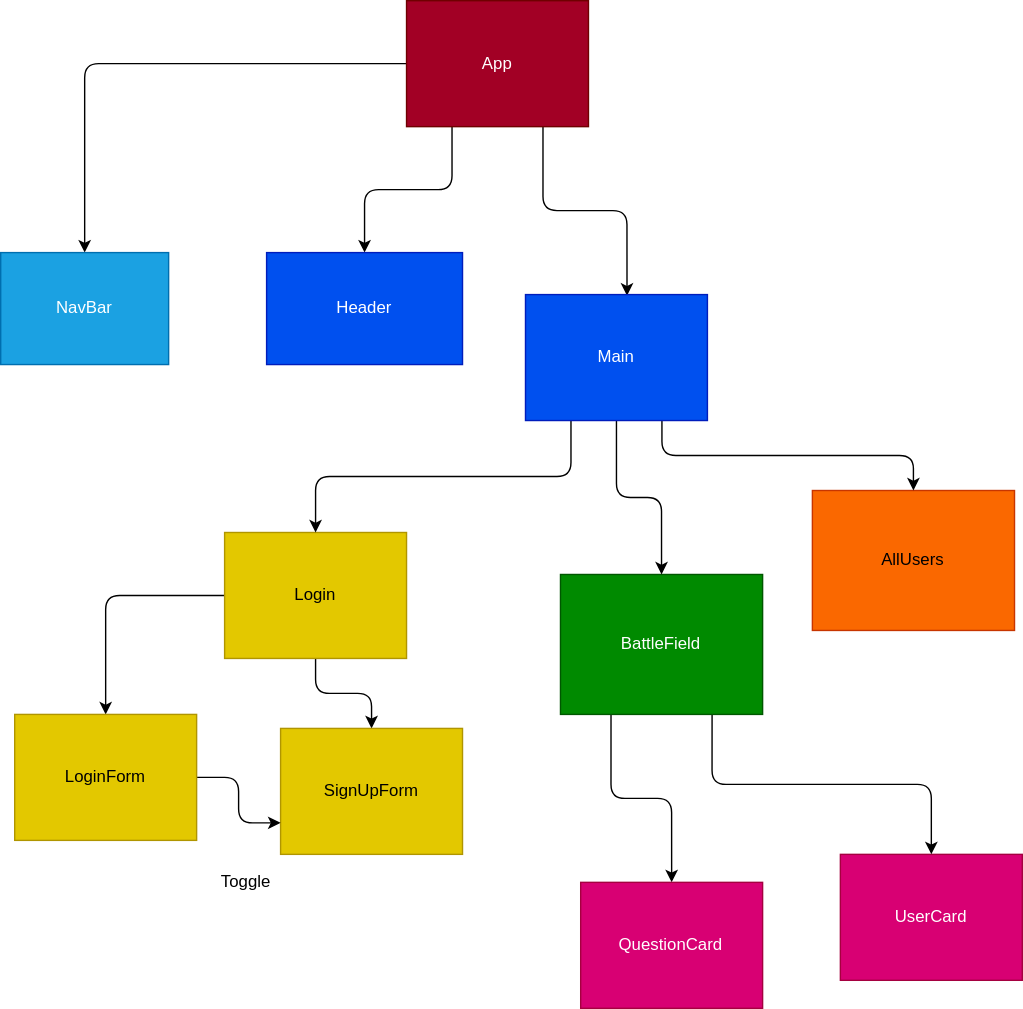
This is components.drawio.svg from jng34/battle-on-rails, a draw.io export, as it was before one commit. Source tidied: cells renumbered, new cells last; positions are measured from the earlier drawing's top-left corner, leaving out a move shared by most shapes.
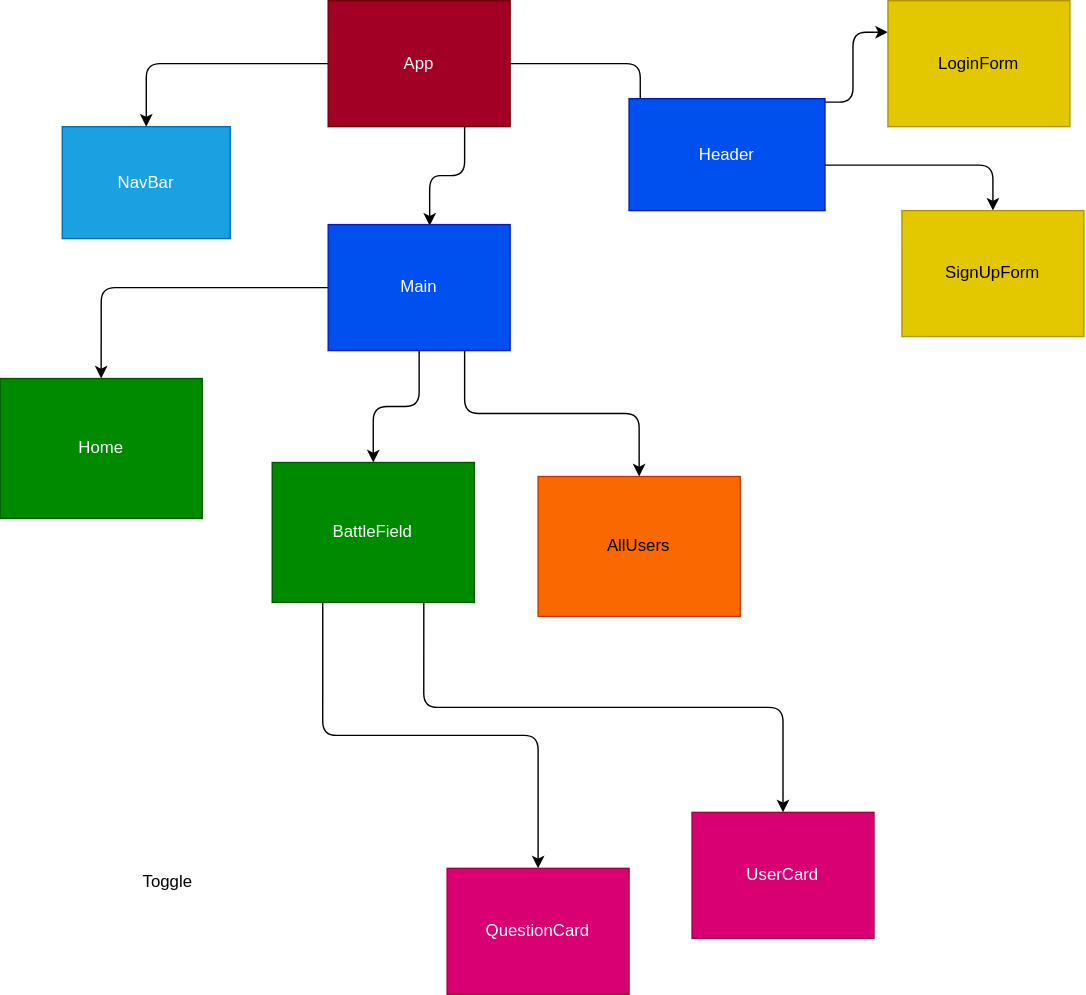
After the commit.

Commit message:
fixed routing logic on login/signup, render UserProfile comp

Diff of the diagram source:
```diff
@@ -2,33 +2,36 @@
   <root>
     <mxCell id="0" />
     <mxCell id="1" parent="0" />
-    <mxCell id="2" style="edgeStyle=orthogonalEdgeStyle;html=1;exitX=0.25;exitY=1;exitDx=0;exitDy=0;entryX=0.5;entryY=0;entryDx=0;entryDy=0;" parent="1" edge="1" source="5" target="16">
-      <mxGeometry relative="1" as="geometry" />
-    </mxCell>
     <mxCell id="3" style="edgeStyle=orthogonalEdgeStyle;html=1;exitX=0.75;exitY=1;exitDx=0;exitDy=0;entryX=0.558;entryY=0.009;entryDx=0;entryDy=0;entryPerimeter=0;" parent="1" edge="1" source="5" target="20">
       <mxGeometry relative="1" as="geometry" />
     </mxCell>
     <mxCell id="4" style="edgeStyle=orthogonalEdgeStyle;html=1;exitX=0;exitY=0.5;exitDx=0;exitDy=0;entryX=0.5;entryY=0;entryDx=0;entryDy=0;" parent="1" edge="1" source="5" target="6">
       <mxGeometry relative="1" as="geometry" />
     </mxCell>
+    <mxCell id="25" style="edgeStyle=orthogonalEdgeStyle;html=1;exitX=1;exitY=0.5;exitDx=0;exitDy=0;entryX=0.023;entryY=0.596;entryDx=0;entryDy=0;entryPerimeter=0;" parent="1" edge="1" source="5">
+      <mxGeometry relative="1" as="geometry">
+        <mxPoint x="513" y="103.6" as="targetPoint" />
+      </mxGeometry>
+    </mxCell>
     <mxCell id="5" value="App" style="whiteSpace=wrap;html=1;fillColor=#a20025;fontColor=#ffffff;strokeColor=#6F0000;" parent="1" vertex="1">
       <mxGeometry x="290" width="130" height="90" as="geometry" />
     </mxCell>
     <mxCell id="6" value="NavBar" style="whiteSpace=wrap;html=1;fillColor=#1ba1e2;fontColor=#ffffff;strokeColor=#006EAF;" parent="1" vertex="1">
-      <mxGeometry y="180" width="120" height="80" as="geometry" />
+      <mxGeometry x="100" y="90" width="120" height="80" as="geometry" />
     </mxCell>
     <mxCell id="7" value="UserCard" style="whiteSpace=wrap;html=1;fillColor=#d80073;fontColor=#ffffff;strokeColor=#A50040;" parent="1" vertex="1">
-      <mxGeometry x="600" y="610" width="130" height="90" as="geometry" />
+      <mxGeometry x="550" y="580" width="130" height="90" as="geometry" />
     </mxCell>
-    <mxCell id="8" style="edgeStyle=orthogonalEdgeStyle;html=1;exitX=0;exitY=0.5;exitDx=0;exitDy=0;" parent="1" edge="1" source="10" target="23">
-      <mxGeometry relative="1" as="geometry" />
-    </mxCell>
-    <mxCell id="9" style="edgeStyle=orthogonalEdgeStyle;html=1;exitX=0.5;exitY=1;exitDx=0;exitDy=0;entryX=0.5;entryY=0;entryDx=0;entryDy=0;" parent="1" edge="1" source="10" target="21">
-      <mxGeometry relative="1" as="geometry" />
-    </mxCell>
-    <mxCell id="10" value="Login" style="whiteSpace=wrap;html=1;fillColor=#e3c800;fontColor=#000000;strokeColor=#B09500;" parent="1" vertex="1">
-      <mxGeometry x="160" y="380" width="130" height="90" as="geometry" />
-    </mxCell>
+    <mxCell id="26" style="edgeStyle=orthogonalEdgeStyle;html=1;exitX=1;exitY=0.25;exitDx=0;exitDy=0;entryX=0;entryY=0.25;entryDx=0;entryDy=0;" parent="1" edge="1" target="23">
+      <mxGeometry relative="1" as="geometry">
+        <mxPoint x="640" y="72.5" as="sourcePoint" />
+      </mxGeometry>
+    </mxCell>
+    <mxCell id="27" style="edgeStyle=orthogonalEdgeStyle;html=1;exitX=1;exitY=0.75;exitDx=0;exitDy=0;" parent="1" edge="1" target="21">
+      <mxGeometry relative="1" as="geometry">
+        <mxPoint x="640" y="117.5" as="sourcePoint" />
+      </mxGeometry>
+    </mxCell>
     <mxCell id="11" style="edgeStyle=orthogonalEdgeStyle;html=1;exitX=0.25;exitY=1;exitDx=0;exitDy=0;entryX=0.5;entryY=0;entryDx=0;entryDy=0;" parent="1" edge="1" source="13" target="14">
       <mxGeometry relative="1" as="geometry" />
     </mxCell>
@@ -36,40 +39,40 @@
       <mxGeometry relative="1" as="geometry" />
     </mxCell>
     <mxCell id="13" value="BattleField" style="whiteSpace=wrap;html=1;fillColor=#008a00;fontColor=#ffffff;strokeColor=#005700;" parent="1" vertex="1">
-      <mxGeometry x="400" y="410" width="144.4" height="100" as="geometry" />
+      <mxGeometry x="250" y="330" width="144.4" height="100" as="geometry" />
     </mxCell>
     <mxCell id="14" value="QuestionCard" style="whiteSpace=wrap;html=1;fillColor=#d80073;fontColor=#ffffff;strokeColor=#A50040;" parent="1" vertex="1">
-      <mxGeometry x="414.4" y="630" width="130" height="90" as="geometry" />
+      <mxGeometry x="375" y="620" width="130" height="90" as="geometry" />
     </mxCell>
     <mxCell id="15" value="AllUsers" style="whiteSpace=wrap;html=1;fillColor=#fa6800;fontColor=#000000;strokeColor=#C73500;" parent="1" vertex="1">
-      <mxGeometry x="580" y="350" width="144.4" height="100" as="geometry" />
+      <mxGeometry x="440" y="340" width="144.4" height="100" as="geometry" />
     </mxCell>
-    <mxCell id="16" value="Header" style="whiteSpace=wrap;html=1;fillColor=#0050ef;fontColor=#ffffff;strokeColor=#001DBC;" parent="1" vertex="1">
-      <mxGeometry x="190" y="180" width="140" height="80" as="geometry" />
-    </mxCell>
-    <mxCell id="17" style="edgeStyle=orthogonalEdgeStyle;html=1;exitX=0.25;exitY=1;exitDx=0;exitDy=0;entryX=0.5;entryY=0;entryDx=0;entryDy=0;" parent="1" edge="1" source="20" target="10">
-      <mxGeometry relative="1" as="geometry" />
-    </mxCell>
     <mxCell id="18" style="edgeStyle=orthogonalEdgeStyle;html=1;exitX=0.5;exitY=1;exitDx=0;exitDy=0;entryX=0.5;entryY=0;entryDx=0;entryDy=0;" parent="1" edge="1" source="20" target="13">
       <mxGeometry relative="1" as="geometry" />
     </mxCell>
     <mxCell id="19" style="edgeStyle=orthogonalEdgeStyle;html=1;exitX=0.75;exitY=1;exitDx=0;exitDy=0;" parent="1" edge="1" source="20" target="15">
       <mxGeometry relative="1" as="geometry" />
     </mxCell>
+    <mxCell id="28" style="edgeStyle=orthogonalEdgeStyle;html=1;exitX=0;exitY=0.5;exitDx=0;exitDy=0;entryX=0.5;entryY=0;entryDx=0;entryDy=0;" parent="1" edge="1" source="20" target="29">
+      <mxGeometry relative="1" as="geometry" />
+    </mxCell>
     <mxCell id="20" value="Main" style="whiteSpace=wrap;html=1;fillColor=#0050ef;fontColor=#ffffff;strokeColor=#001DBC;" parent="1" vertex="1">
-      <mxGeometry x="375" y="210" width="130" height="90" as="geometry" />
+      <mxGeometry x="290" y="160" width="130" height="90" as="geometry" />
     </mxCell>
     <mxCell id="21" value="SignUpForm" style="whiteSpace=wrap;html=1;fillColor=#e3c800;fontColor=#000000;strokeColor=#B09500;" parent="1" vertex="1">
-      <mxGeometry x="200" y="520" width="130" height="90" as="geometry" />
+      <mxGeometry x="700" y="150" width="130" height="90" as="geometry" />
     </mxCell>
-    <mxCell id="22" style="edgeStyle=orthogonalEdgeStyle;html=1;exitX=1;exitY=0.5;exitDx=0;exitDy=0;entryX=0;entryY=0.75;entryDx=0;entryDy=0;" parent="1" edge="1" source="23" target="21">
-      <mxGeometry relative="1" as="geometry" />
-    </mxCell>
     <mxCell id="23" value="LoginForm" style="whiteSpace=wrap;html=1;fillColor=#e3c800;fontColor=#000000;strokeColor=#B09500;" parent="1" vertex="1">
-      <mxGeometry x="10" y="510" width="130" height="90" as="geometry" />
+      <mxGeometry x="690" width="130" height="90" as="geometry" />
     </mxCell>
     <mxCell id="24" value="Toggle" style="text;html=1;align=center;verticalAlign=middle;fillColor=none;strokeColor=none;rounded=0;" parent="1" vertex="1">
       <mxGeometry x="150" y="620" width="50" height="20" as="geometry" />
     </mxCell>
+    <mxCell id="16" value="Header" style="whiteSpace=wrap;html=1;fillColor=#0050ef;fontColor=#ffffff;strokeColor=#001DBC;" parent="1" vertex="1">
+      <mxGeometry x="505" y="70" width="140" height="80" as="geometry" />
+    </mxCell>
+    <mxCell id="29" value="Home" style="whiteSpace=wrap;html=1;fillColor=#008a00;fontColor=#ffffff;strokeColor=#005700;" parent="1" vertex="1">
+      <mxGeometry x="55.6" y="270" width="144.4" height="100" as="geometry" />
+    </mxCell>
   </root>
 </mxGraphModel>
```
